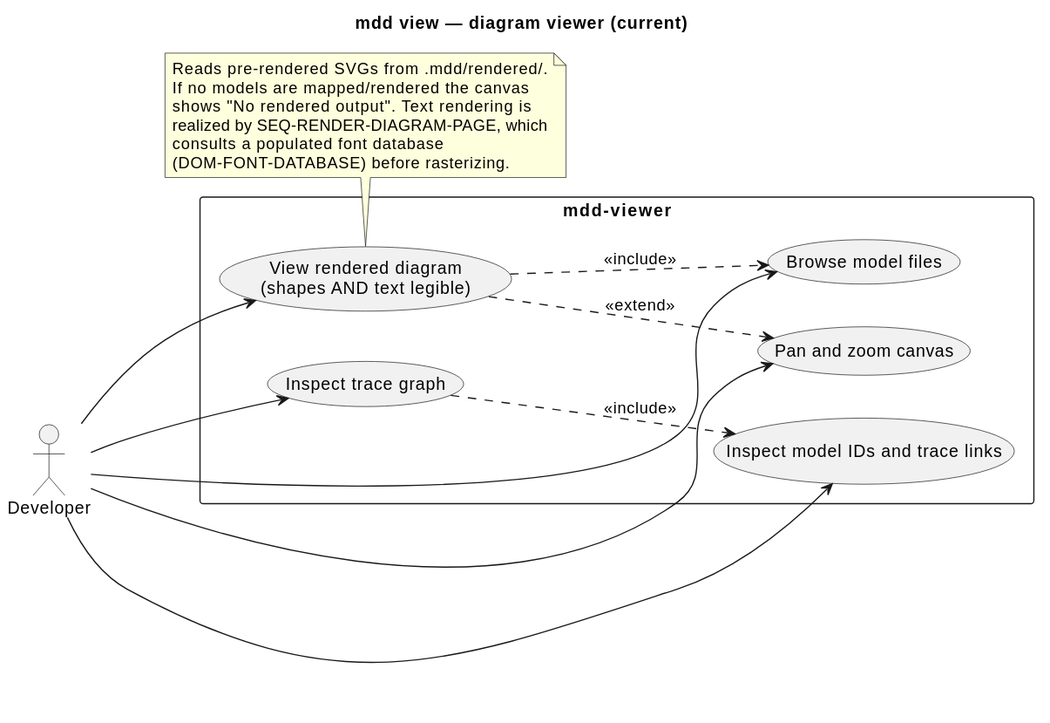
cthadeufaria/model-driven-development keeps this PlantUML diagram as .mdd/rendered/models/current/use-cases/diagram-viewer.svg. Above is the earlier version.
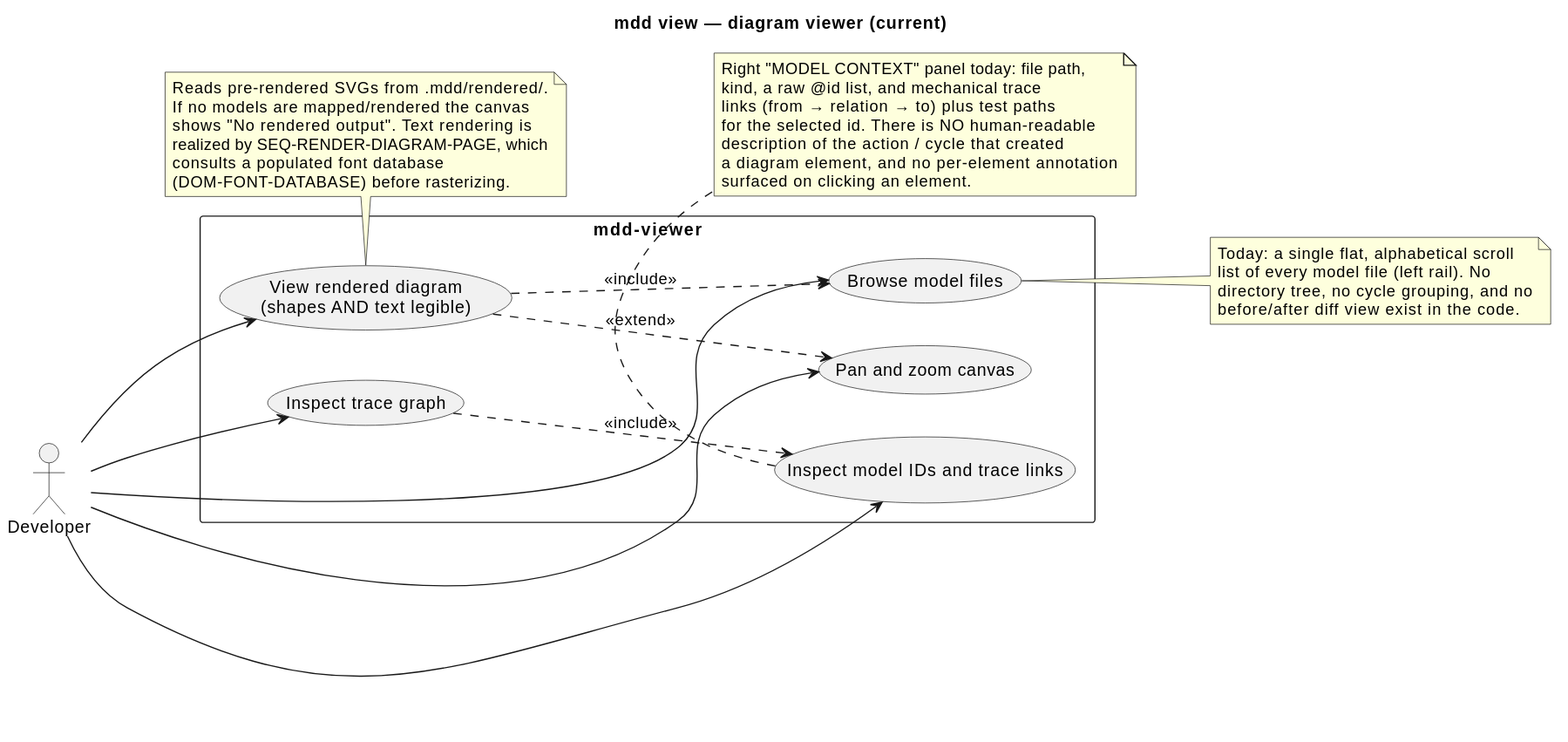
After the change.

Change to the diagram source:
```diff
@@ -23,6 +23,23 @@
 View ..> PanZoom : <<extend>>
 Graph ..> Trace : <<include>>
 
+note right of Browse
+  Today: a single flat, alphabetical scroll
+  list of every model file (left rail). No
+  directory tree, no cycle grouping, and no
+  before/after diff view exist in the code.
+end note
+
+note bottom of Trace
+  Right "MODEL CONTEXT" panel today: file path,
+  kind, a raw @id list, and mechanical trace
+  links (from → relation → to) plus test paths
+  for the selected id. There is NO human-readable
+  description of the action / cycle that created
+  a diagram element, and no per-element annotation
+  surfaced on clicking an element.
+end note
+
 note bottom of View
   Reads pre-rendered SVGs from .mdd/rendered/.
   If no models are mapped/rendered the canvas
```
